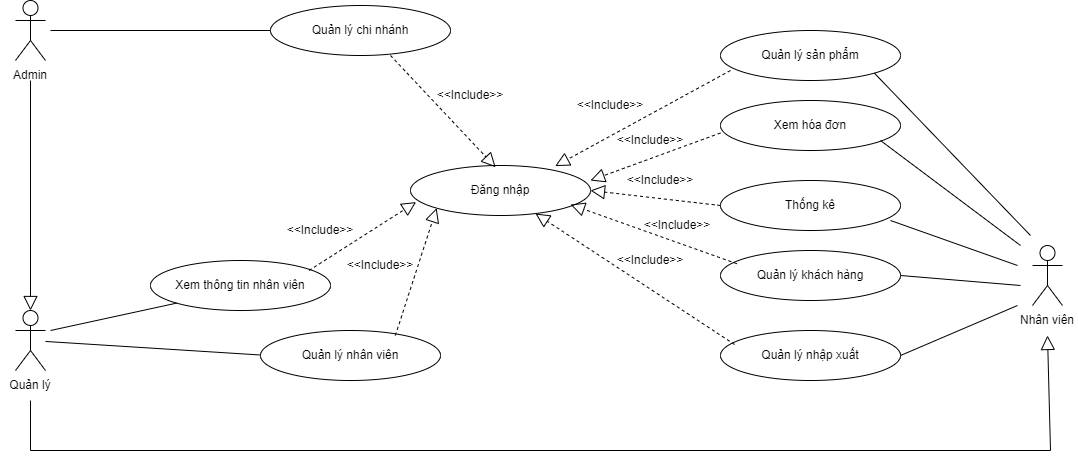
Earlier version of the draw.io export Sơ Đồ UseCase.png (ChauCongTu/thiet-ke-linh-tinh). Source tidied: cells renumbered, new cells last; positions are measured from the earlier drawing's top-left corner, leaving out a move shared by most shapes.
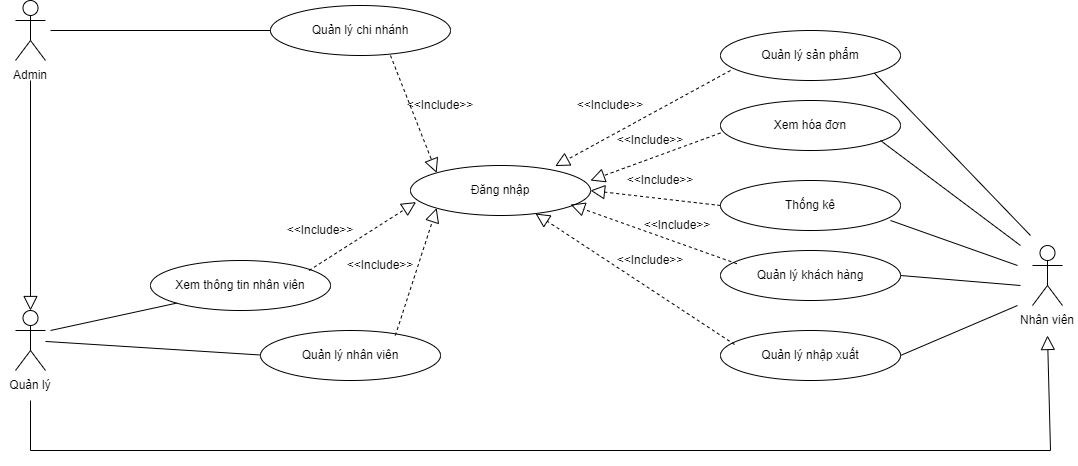
The same diagram one commit later.

Commit message:
Cập nhật Sơ Đồ UseCase.png

Diff of the diagram source:
```diff
@@ -81,14 +81,13 @@
     <mxCell id="22" value="Quản lý&amp;nbsp;khách hàng" style="ellipse;whiteSpace=wrap;html=1;" parent="1" vertex="1">
       <mxGeometry x="720" y="250" width="180" height="50" as="geometry" />
     </mxCell>
-    <mxCell id="23" style="endArrow=block;dashed=1;endFill=0;endSize=12;html=1;rounded=0;entryX=0;entryY=0;entryDx=0;entryDy=0;exitX=1;exitY=1;exitDx=0;exitDy=0;" parent="1" edge="1">
+    <mxCell id="23" style="endArrow=block;dashed=1;endFill=0;endSize=12;html=1;rounded=0;entryX=0;entryY=0;entryDx=0;entryDy=0;exitX=1;exitY=1;exitDx=0;exitDy=0;" parent="1" edge="1" target="21">
       <mxGeometry relative="1" as="geometry">
         <mxPoint x="390" y="55" as="sourcePoint" />
-        <mxPoint x="495.1" y="166.7" as="targetPoint" />
       </mxGeometry>
     </mxCell>
     <mxCell id="24" value="&amp;lt;&amp;lt;Include&amp;gt;&amp;gt;" style="text;html=1;strokeColor=none;fillColor=none;align=center;verticalAlign=middle;whiteSpace=wrap;rounded=0;" parent="1" vertex="1">
-      <mxGeometry x="440" y="80" width="60" height="30" as="geometry" />
+      <mxGeometry x="410" y="90" width="60" height="30" as="geometry" />
     </mxCell>
     <mxCell id="25" style="endArrow=block;dashed=1;endFill=0;endSize=12;html=1;rounded=0;entryX=0;entryY=1;entryDx=0;entryDy=0;exitX=1;exitY=1;exitDx=0;exitDy=0;fontStyle=1;" parent="1" edge="1" target="21">
       <mxGeometry relative="1" as="geometry">
```
